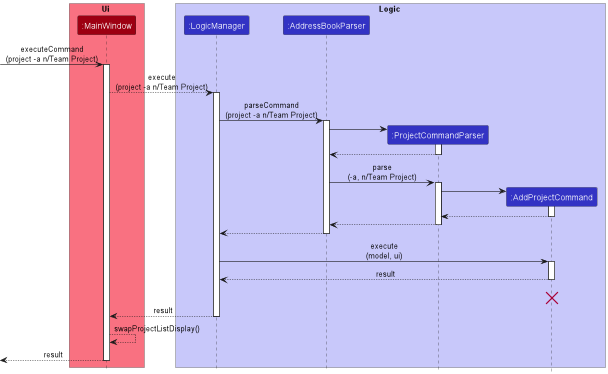
nus-cs2103-AY2223S1/tp keeps this PlantUML diagram as docs/images/AddSequenceDiagram.png. Above is the earlier version.
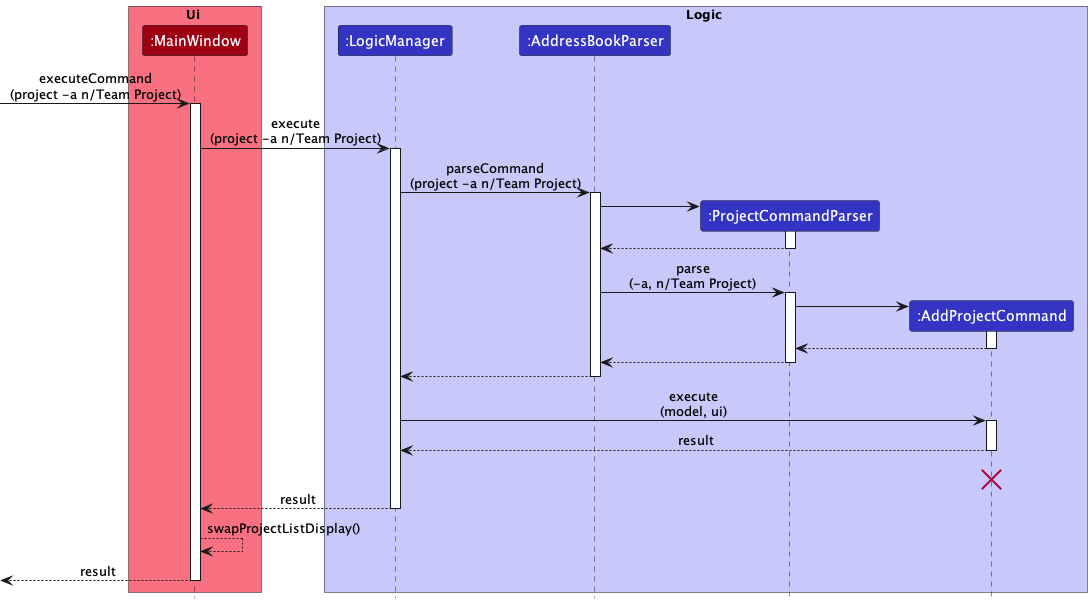
Later version of the same file.

The edit, as a diff of the source:
```diff
@@ -15,7 +15,7 @@
 [-> MainWindow : executeCommand\n(project -a n/Team Project)
 activate MainWindow
 
-MainWindow --> LogicManager : execute\n(project -a n/Team Project)
+MainWindow -> LogicManager : execute\n(project -a n/Team Project)
 activate LogicManager
 
 LogicManager -> AddressBookParser : parseCommand\n(project -a n/Team Project)
```
